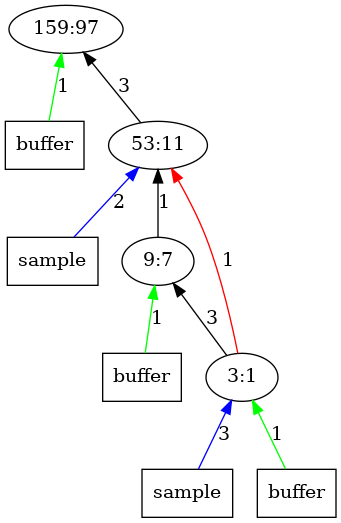
The Graphviz diagram outputImages/op97.png.png in AbhikKhan/MTP_IITG, before a commit. Its source is kept beside it as outputTrees/op97.dot.
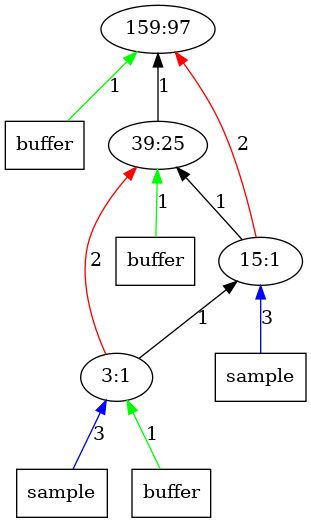
Later version of the same file.

What changed in the source:
```diff
@@ -3,16 +3,17 @@
 	x12 -> 1 [label = "1", color = "green"];
 	x12 [label = "buffer", shape = "box"];
 	1 [label = "159:97"];
-	2 -> 1 [label = "3", color = "black"];
-	x21 -> 2 [label = "2", color = "blue"];
-	x21 [label = "sample", shape = "box"];
-	2 [label = "53:11"];
+	x22 -> 2 [label = "1", color = "green"];
+	x22 [label = "buffer", shape = "box"];
+	2 -> 1 [label = "1", color = "black"];
+	2 [label = "39:25"];
+	3 -> 1 [label = "2", color = "red"];
 	3 -> 2 [label = "1", color = "black"];
-	x32 -> 3 [label = "1", color = "green"];
-	x32 [label = "buffer", shape = "box"];
-	3 [label = "9:7"];
-	4 -> 3 [label = "3", color = "black"];
-	4 -> 2 [label = "1", color = "red"];
+	x31 -> 3 [label = "3", color = "blue"];
+	x31 [label = "sample", shape = "box"];
+	3 [label = "15:1"];
+	4 -> 2 [label = "2", color = "red"];
+	4 -> 3 [label = "1", color = "black"];
 	x41 -> 4 [label = "3", color = "blue"];
 	x41 [label = "sample", shape = "box"];
 	x42 -> 4 [label = "1", color = "green"];
```
